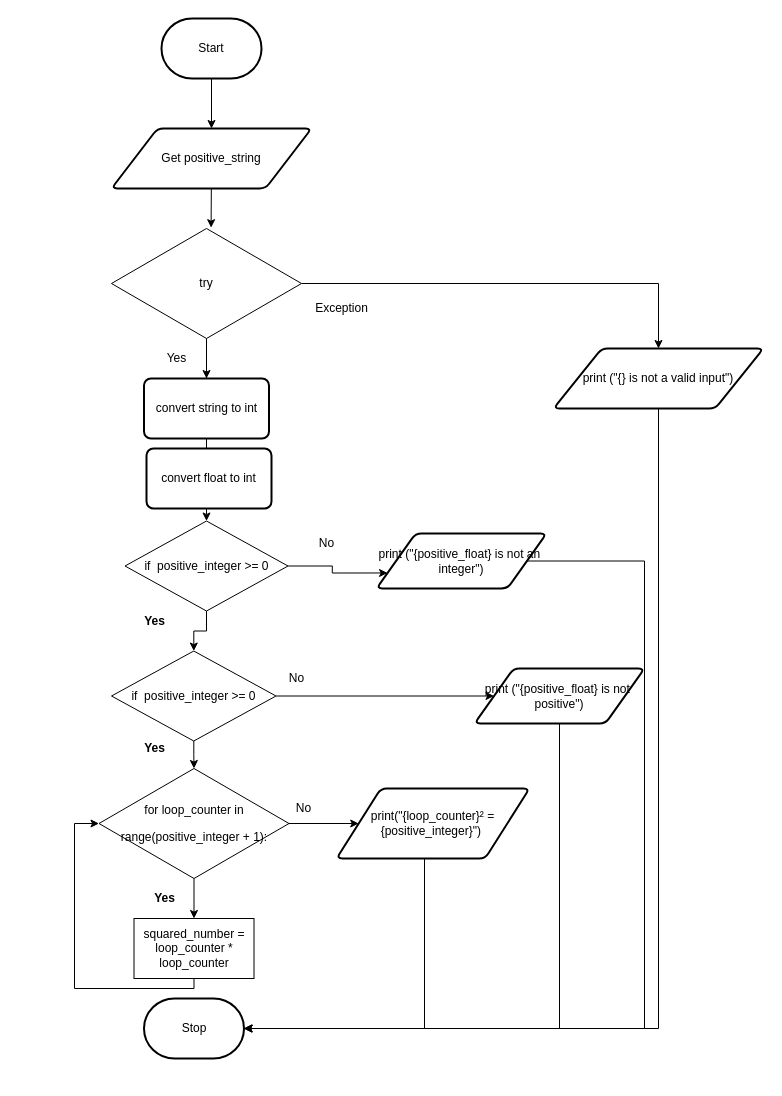
Before: flowchat.drawio in Kyanh-Pham/ICS3U-Unit4-03-Python, a draw.io diagram. Source tidied: cells renumbered, new cells numbered last; positions are measured from the earlier drawing's top-left corner, leaving out a move shared by most shapes. Both pictures are drawn from the tidied source at 100%, with x=0, y=0 at pixel (74, 18).
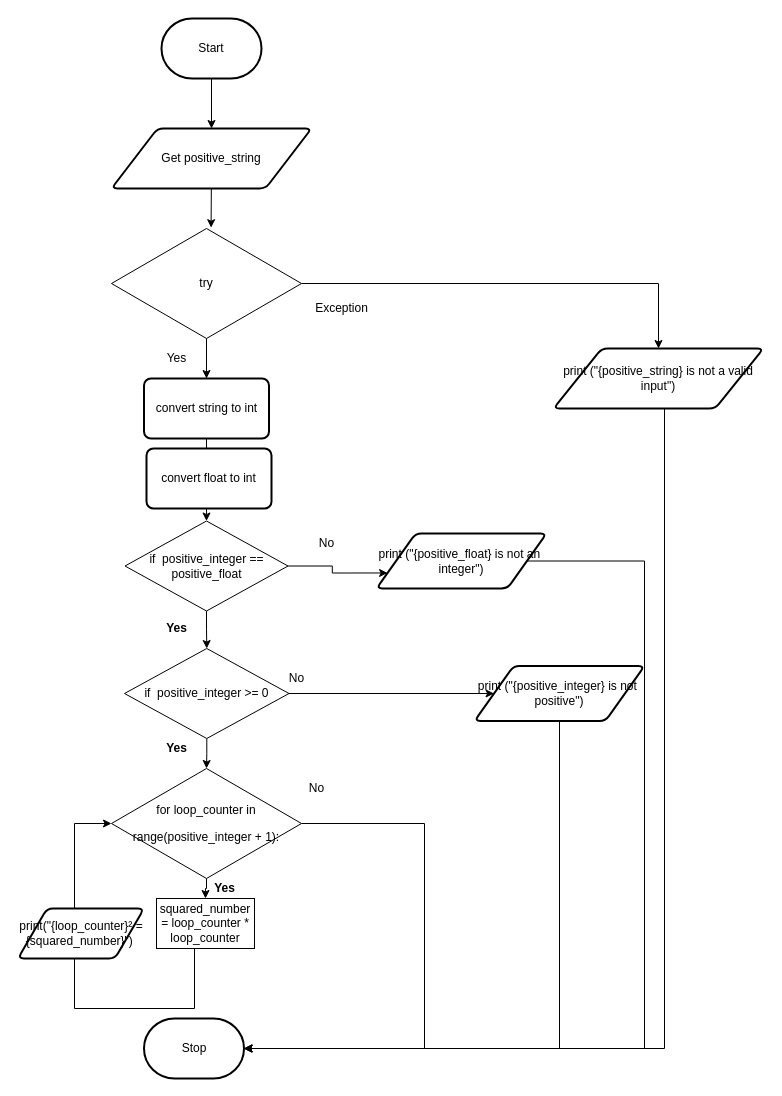
Above is the later version.

The change refers to these unchanged cells:
```xml
<mxCell id="40" value="&lt;font style=&quot;font-size: 12px&quot;&gt;print (&quot;{positive_float} is not an&amp;nbsp; integer&quot;)&lt;/font&gt;" style="shape=parallelogram;html=1;strokeWidth=2;perimeter=parallelogramPerimeter;whiteSpace=wrap;rounded=1;arcSize=12;size=0.23;" parent="1" vertex="1">
  <mxGeometry x="302" y="515" width="170" height="55" as="geometry" />
</mxCell>
```

The edit, as a diff of the source:
```diff
@@
     <mxCell id="8" value="Stop" style="strokeWidth=2;html=1;shape=mxgraph.flowchart.terminator;whiteSpace=wrap;" parent="1" vertex="1">
-      <mxGeometry x="69.5" y="980" width="100" height="60" as="geometry" />
+      <mxGeometry x="69.5" y="1000" width="100" height="60" as="geometry" />
     </mxCell>
@@
     <mxCell id="19" value="if&amp;nbsp; positive_integer &amp;gt;= 0" style="rhombus;whiteSpace=wrap;html=1;direction=west;" parent="1" vertex="1">
-      <mxGeometry x="37" y="632.5" width="164.5" height="90" as="geometry" />
+      <mxGeometry x="50" y="630" width="164.5" height="90" as="geometry" />
     </mxCell>
     <mxCell id="20" value="Yes" style="text;html=1;align=center;verticalAlign=middle;fillColor=none;strokeColor=none;rounded=0;fontStyle=1;" parent="1" vertex="1">
-      <mxGeometry x="69.5" y="870" width="40" height="20" as="geometry" />
+      <mxGeometry x="129.5" y="860" width="40" height="20" as="geometry" />
     </mxCell>
@@
-    <mxCell id="22" style="edgeStyle=orthogonalEdgeStyle;rounded=0;html=1;entryX=1;entryY=0.5;entryDx=0;entryDy=0;entryPerimeter=0;fontFamily=Helvetica;fontSize=12;fontColor=#F0F0F0;" parent="1" edge="1" source="23" target="8">
+    <mxCell id="22" style="edgeStyle=orthogonalEdgeStyle;rounded=0;html=1;entryX=1;entryY=0.5;entryDx=0;entryDy=0;entryPerimeter=0;" parent="1" edge="1" source="23" target="8">
       <mxGeometry relative="1" as="geometry">
         <Array as="points">
-          <mxPoint x="584" y="1010" />
+          <mxPoint x="590" y="1030" />
         </Array>
       </mxGeometry>
     </mxCell>
-    <mxCell id="23" value="print (&quot;{} is not a valid input&quot;)" style="shape=parallelogram;html=1;strokeWidth=2;perimeter=parallelogramPerimeter;whiteSpace=wrap;rounded=1;arcSize=12;size=0.23;" parent="1" vertex="1">
+    <mxCell id="23" value="print (&quot;{positive_string} is not a valid input&quot;)" style="shape=parallelogram;html=1;strokeWidth=2;perimeter=parallelogramPerimeter;whiteSpace=wrap;rounded=1;arcSize=12;size=0.23;" parent="1" vertex="1">
       <mxGeometry x="479" y="330" width="210" height="60" as="geometry" />
     </mxCell>
     <mxCell id="24" style="edgeStyle=orthogonalEdgeStyle;rounded=0;html=1;entryX=1;entryY=0.5;entryDx=0;entryDy=0;entryPerimeter=0;fontFamily=Helvetica;fontSize=12;fontColor=#F0F0F0;" parent="1" edge="1" source="25" target="8">
       <mxGeometry relative="1" as="geometry">
         <Array as="points">
-          <mxPoint x="485" y="1010" />
+          <mxPoint x="485" y="1030" />
         </Array>
       </mxGeometry>
     </mxCell>
-    <mxCell id="25" value="&lt;font style=&quot;font-size: 12px&quot;&gt;print (&quot;{positive_float} is not&amp;nbsp; positive&quot;)&lt;/font&gt;" style="shape=parallelogram;html=1;strokeWidth=2;perimeter=parallelogramPerimeter;whiteSpace=wrap;rounded=1;arcSize=12;size=0.23;" parent="1" vertex="1">
-      <mxGeometry x="400" y="650" width="170" height="55" as="geometry" />
+    <mxCell id="25" value="&lt;font style=&quot;font-size: 12px&quot;&gt;print (&quot;{positive_integer} is not&amp;nbsp; positive&quot;)&lt;/font&gt;" style="shape=parallelogram;html=1;strokeWidth=2;perimeter=parallelogramPerimeter;whiteSpace=wrap;rounded=1;arcSize=12;size=0.23;" parent="1" vertex="1">
+      <mxGeometry x="400" y="647.5" width="170" height="55" as="geometry" />
     </mxCell>
-    <mxCell id="26" style="edgeStyle=orthogonalEdgeStyle;rounded=0;html=1;fontFamily=Helvetica;fontSize=12;fontColor=#F0F0F0;" parent="1" edge="1" source="28" target="32">
-      <mxGeometry relative="1" as="geometry" />
-    </mxCell>
@@
+    <mxCell id="43" style="edgeStyle=orthogonalEdgeStyle;rounded=0;html=1;entryX=1;entryY=0.5;entryDx=0;entryDy=0;entryPerimeter=0;" parent="1" edge="1" source="28" target="8">
+      <mxGeometry relative="1" as="geometry">
+        <Array as="points">
+          <mxPoint x="350" y="805" />
+          <mxPoint x="350" y="1030" />
+        </Array>
+      </mxGeometry>
+    </mxCell>
     <mxCell id="28" value="&lt;div style=&quot;line-height: 27px&quot;&gt;for loop_counter in range(positive_integer + 1):&lt;/div&gt;" style="rhombus;whiteSpace=wrap;html=1;" parent="1" vertex="1">
-      <mxGeometry x="24.5" y="750" width="190" height="110" as="geometry" />
+      <mxGeometry x="37" y="750" width="190" height="110" as="geometry" />
     </mxCell>
     <mxCell id="29" value="Yes" style="text;html=1;align=center;verticalAlign=middle;fillColor=none;strokeColor=none;rounded=0;fontStyle=1;" parent="1" vertex="1">
-      <mxGeometry x="59.5" y="720" width="40" height="20" as="geometry" />
+      <mxGeometry x="82" y="720" width="40" height="20" as="geometry" />
     </mxCell>
     <mxCell id="30" value="No" style="text;html=1;align=center;verticalAlign=middle;fillColor=none;strokeColor=none;rounded=0;" parent="1" vertex="1">
-      <mxGeometry x="213.5" y="780" width="30" height="20" as="geometry" />
+      <mxGeometry x="227" y="760" width="30" height="20" as="geometry" />
     </mxCell>
-    <mxCell id="31" style="edgeStyle=orthogonalEdgeStyle;rounded=0;html=1;entryX=1;entryY=0.5;entryDx=0;entryDy=0;entryPerimeter=0;fontFamily=Helvetica;fontSize=12;fontColor=#F0F0F0;" parent="1" edge="1" source="32" target="8">
-      <mxGeometry relative="1" as="geometry">
-        <Array as="points">
-          <mxPoint x="350" y="1010" />
-        </Array>
-      </mxGeometry>
-    </mxCell>
-    <mxCell id="32" value="&lt;font style=&quot;font-size: 12px&quot;&gt;&lt;font style=&quot;font-size: 12px&quot;&gt;print(&quot;{loop_counter}&lt;span style=&quot;font-family: &amp;#34;arial&amp;#34; , sans-serif ; text-align: left&quot;&gt;² = {positive_integer}&quot;)&lt;/span&gt;&lt;/font&gt;&lt;span style=&quot;font-family: &amp;#34;arial&amp;#34; , sans-serif ; text-align: left&quot;&gt;&amp;nbsp;&lt;/span&gt;&lt;/font&gt;" style="shape=parallelogram;html=1;strokeWidth=2;perimeter=parallelogramPerimeter;whiteSpace=wrap;rounded=1;arcSize=12;size=0.23;" parent="1" vertex="1">
-      <mxGeometry x="262" y="770" width="193" height="70" as="geometry" />
-    </mxCell>
+    <mxCell id="44" style="edgeStyle=orthogonalEdgeStyle;html=1;entryX=1;entryY=0.5;entryDx=0;entryDy=0;entryPerimeter=0;rounded=0;" parent="1" edge="1" target="8">
+      <mxGeometry relative="1" as="geometry">
+        <mxPoint x="350" y="840" as="sourcePoint" />
+        <Array as="points">
+          <mxPoint x="350" y="1030" />
+        </Array>
+      </mxGeometry>
+    </mxCell>
     <mxCell id="33" style="edgeStyle=orthogonalEdgeStyle;rounded=0;html=1;entryX=0;entryY=0.5;entryDx=0;entryDy=0;fontFamily=Helvetica;fontSize=12;fontColor=#F0F0F0;" parent="1" edge="1" source="34" target="28">
       <mxGeometry relative="1" as="geometry">
         <Array as="points">
-          <mxPoint x="120" y="970" />
-          <mxPoint y="970" />
+          <mxPoint x="120" y="990" />
+          <mxPoint y="990" />
           <mxPoint y="805" />
         </Array>
       </mxGeometry>
     </mxCell>
     <mxCell id="34" value="squared_number = loop_counter * loop_counter" style="rounded=0;whiteSpace=wrap;html=1;" parent="1" vertex="1">
-      <mxGeometry x="59.5" y="900" width="120" height="60" as="geometry" />
+      <mxGeometry x="82" y="880" width="98" height="50" as="geometry" />
     </mxCell>
@@
-    <mxCell id="38" value="if&amp;nbsp; positive_integer &amp;gt;= 0" style="rhombus;whiteSpace=wrap;html=1;" parent="1" vertex="1">
+    <mxCell id="38" value="if&amp;nbsp; positive_integer == positive_float" style="rhombus;whiteSpace=wrap;html=1;" parent="1" vertex="1">
       <mxGeometry x="50.5" y="502.5" width="163" height="90" as="geometry" />
     </mxCell>
     <mxCell id="39" style="edgeStyle=orthogonalEdgeStyle;rounded=0;html=1;entryX=1;entryY=0.5;entryDx=0;entryDy=0;entryPerimeter=0;fontFamily=Helvetica;fontSize=12;fontColor=#F0F0F0;" parent="1" edge="1" source="40" target="8">
       <mxGeometry relative="1" as="geometry">
         <Array as="points">
           <mxPoint x="570" y="543" />
-          <mxPoint x="570" y="1010" />
+          <mxPoint x="570" y="1030" />
         </Array>
       </mxGeometry>
     </mxCell>
@@
     <mxCell id="42" value="Yes" style="text;html=1;align=center;verticalAlign=middle;fillColor=none;strokeColor=none;rounded=0;fontStyle=1;" parent="1" vertex="1">
-      <mxGeometry x="59.5" y="592.5" width="40" height="20" as="geometry" />
+      <mxGeometry x="82" y="600" width="40" height="20" as="geometry" />
     </mxCell>
+    <mxCell id="45" value="&lt;font style=&quot;font-size: 12px&quot;&gt;&lt;font style=&quot;font-size: 12px&quot;&gt;print(&quot;{loop_counter}&lt;span style=&quot;font-family: &amp;#34;arial&amp;#34; , sans-serif ; text-align: left&quot;&gt;² = {squared_number}&quot;)&lt;/span&gt;&lt;/font&gt;&lt;span style=&quot;font-family: &amp;#34;arial&amp;#34; , sans-serif ; text-align: left&quot;&gt;&amp;nbsp;&lt;/span&gt;&lt;/font&gt;" style="shape=parallelogram;html=1;strokeWidth=2;perimeter=parallelogramPerimeter;whiteSpace=wrap;rounded=1;arcSize=12;size=0.23;" parent="1" vertex="1">
+      <mxGeometry x="-56.5" y="890" width="126" height="50" as="geometry" />
+    </mxCell>
```
